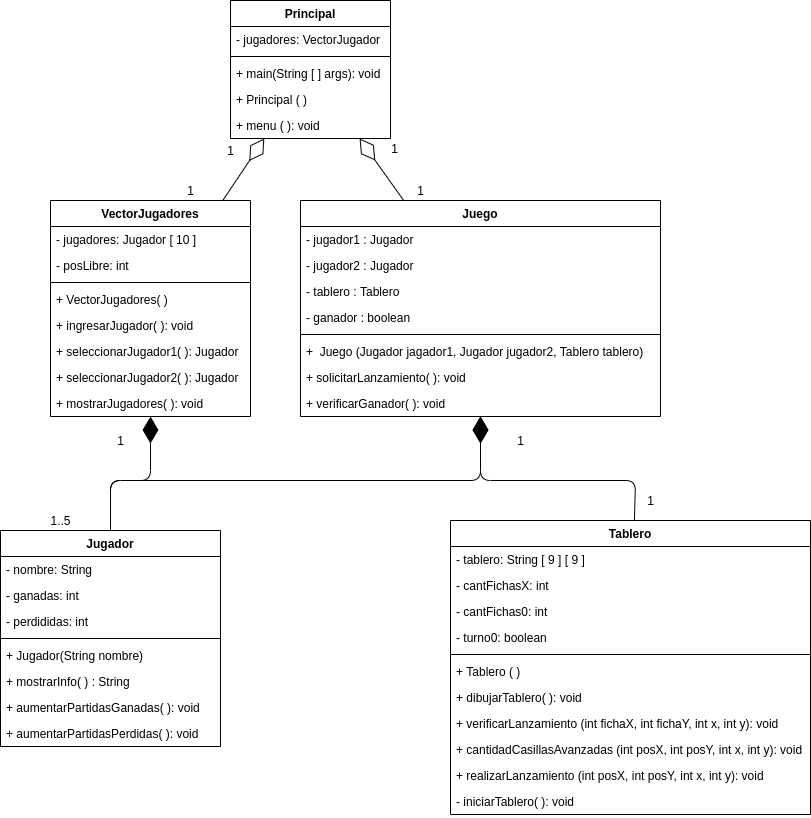
The draw.io diagram Damas.png in Pabloluis10/Damas, before a commit. Source tidied: cells renumbered, new cells last; positions are measured from the earlier drawing's top-left corner, leaving out a move shared by most shapes.
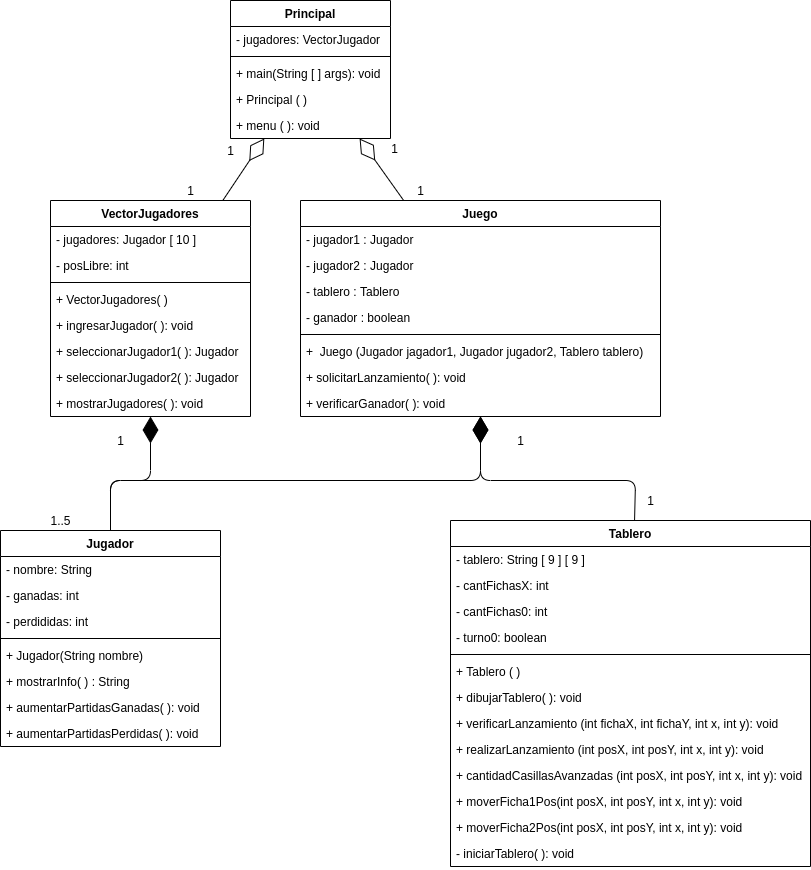
After the change.

Commit message:
Arregle los modificadores de acceso en Tablero.java y ya funciona al 100, en Juego.java solo fue para verificar el funcionamiento del Tablero. Y modifique el diagrama de clase (Damas.png)

Change to the diagram source:
```diff
@@ -30,7 +30,7 @@
       <mxGeometry y="190" width="220" height="26" as="geometry" />
     </mxCell>
     <mxCell id="11" value="Tablero" style="swimlane;fontStyle=1;align=center;verticalAlign=top;horizontal=1;startSize=26;" parent="1" vertex="1">
-      <mxGeometry x="450" y="520" width="360" height="294" as="geometry" />
+      <mxGeometry x="450" y="520" width="360" height="346" as="geometry" />
     </mxCell>
     <mxCell id="12" value="- tablero: String [ 9 ] [ 9 ]" style="text;strokeColor=none;fillColor=none;align=left;verticalAlign=top;spacingLeft=4;spacingRight=4;overflow=hidden;" parent="11" vertex="1">
       <mxGeometry y="26" width="360" height="26" as="geometry" />
@@ -56,14 +56,20 @@
     <mxCell id="19" value="+ verificarLanzamiento (int fichaX, int fichaY, int x, int y): void" style="text;strokeColor=none;fillColor=none;align=left;verticalAlign=top;spacingLeft=4;spacingRight=4;overflow=hidden;" parent="11" vertex="1">
       <mxGeometry y="190" width="360" height="26" as="geometry" />
     </mxCell>
+    <mxCell id="21" value="+ realizarLanzamiento (int posX, int posY, int x, int y): void" style="text;strokeColor=none;fillColor=none;align=left;verticalAlign=top;spacingLeft=4;spacingRight=4;overflow=hidden;" parent="11" vertex="1">
+      <mxGeometry y="216" width="360" height="26" as="geometry" />
+    </mxCell>
     <mxCell id="20" value="+ cantidadCasillasAvanzadas (int posX, int posY, int x, int y): void" style="text;strokeColor=none;fillColor=none;align=left;verticalAlign=top;spacingLeft=4;spacingRight=4;overflow=hidden;" parent="11" vertex="1">
-      <mxGeometry y="216" width="360" height="26" as="geometry" />
+      <mxGeometry y="242" width="360" height="26" as="geometry" />
     </mxCell>
-    <mxCell id="21" value="+ realizarLanzamiento (int posX, int posY, int x, int y): void" style="text;strokeColor=none;fillColor=none;align=left;verticalAlign=top;spacingLeft=4;spacingRight=4;overflow=hidden;" parent="11" vertex="1">
-      <mxGeometry y="242" width="360" height="26" as="geometry" />
-    </mxCell>
+    <mxCell id="60" value="+ moverFicha1Pos(int posX, int posY, int x, int y): void" style="text;strokeColor=none;fillColor=none;align=left;verticalAlign=top;spacingLeft=4;spacingRight=4;overflow=hidden;" parent="11" vertex="1">
+      <mxGeometry y="268" width="360" height="26" as="geometry" />
+    </mxCell>
+    <mxCell id="61" value="+ moverFicha2Pos(int posX, int posY, int x, int y): void" style="text;strokeColor=none;fillColor=none;align=left;verticalAlign=top;spacingLeft=4;spacingRight=4;overflow=hidden;" parent="11" vertex="1">
+      <mxGeometry y="294" width="360" height="26" as="geometry" />
+    </mxCell>
     <mxCell id="22" value="- iniciarTablero( ): void" style="text;strokeColor=none;fillColor=none;align=left;verticalAlign=top;spacingLeft=4;spacingRight=4;overflow=hidden;" parent="11" vertex="1">
-      <mxGeometry y="268" width="360" height="26" as="geometry" />
+      <mxGeometry y="320" width="360" height="26" as="geometry" />
     </mxCell>
     <mxCell id="23" value="Juego" style="swimlane;fontStyle=1;align=center;verticalAlign=top;horizontal=1;startSize=26;" parent="1" vertex="1">
       <mxGeometry x="300" y="200" width="360" height="216" as="geometry" />
```
